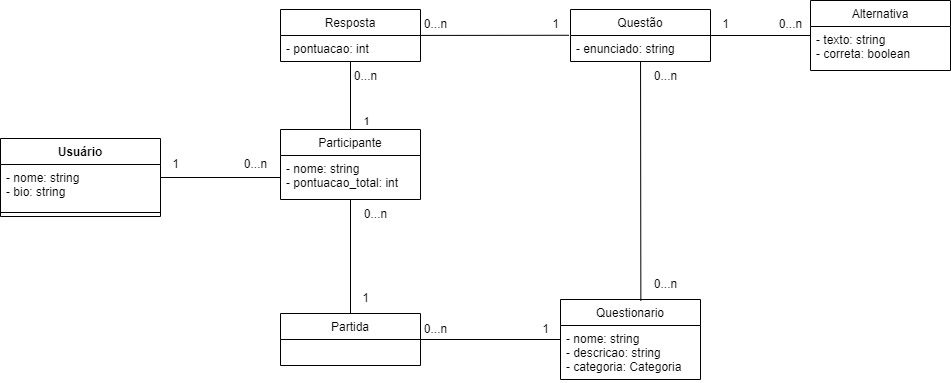
tads-cnat/desafia keeps this draw.io diagram as doc/dominio.drawio.png. Above is the earlier version. Source tidied: cells renumbered, new cells last; positions are measured from the earlier drawing's top-left corner, leaving out a move shared by most shapes. The source it was exported from:
```xml
<mxGraphModel background="#ffffff">
  <root>
    <mxCell id="0" />
    <mxCell id="1" parent="0" />
    <mxCell id="2" style="edgeStyle=none;html=1;endArrow=none;endFill=0;rounded=0;" parent="1" edge="1" source="5" target="13">
      <mxGeometry relative="1" as="geometry" />
    </mxCell>
    <mxCell id="3" value="1" style="edgeLabel;html=1;align=center;verticalAlign=middle;rounded=0;" parent="2" vertex="1">
      <mxGeometry x="-0.74" y="-1" relative="1" as="geometry">
        <mxPoint x="14" as="offset" />
      </mxGeometry>
    </mxCell>
    <mxCell id="4" style="edgeStyle=none;html=1;entryX=0.5;entryY=0;entryDx=0;entryDy=0;endArrow=none;endFill=0;rounded=0;" parent="1" edge="1" source="5" target="10">
      <mxGeometry relative="1" as="geometry" />
    </mxCell>
    <mxCell id="5" value="Participante" style="swimlane;fontStyle=0;horizontal=1;startSize=26;fillColor=none;rounded=0;" parent="1" vertex="1">
      <mxGeometry x="280" y="129" width="140" height="70" as="geometry" />
    </mxCell>
    <mxCell id="6" value="- nome: string&#10;- pontuacao_total: int" style="text;strokeColor=none;fillColor=none;align=left;verticalAlign=top;spacingLeft=4;spacingRight=4;overflow=hidden;points=[[0,0.5],[1,0.5]];portConstraint=eastwest;rounded=0;" parent="5" vertex="1">
      <mxGeometry y="26" width="140" height="44" as="geometry" />
    </mxCell>
    <mxCell id="7" style="html=1;endArrow=none;endFill=0;rounded=0;" parent="1" edge="1" source="8" target="18">
      <mxGeometry relative="1" as="geometry" />
    </mxCell>
    <mxCell id="8" value="Alternativa" style="swimlane;fontStyle=0;horizontal=1;startSize=26;fillColor=none;rounded=0;" parent="1" vertex="1">
      <mxGeometry x="810" width="140" height="70" as="geometry" />
    </mxCell>
    <mxCell id="9" value="- texto: string&#10;- correta: boolean&#10;" style="text;strokeColor=none;fillColor=none;align=left;verticalAlign=top;spacingLeft=4;spacingRight=4;overflow=hidden;rounded=0;" parent="8" vertex="1">
      <mxGeometry y="26" width="140" height="44" as="geometry" />
    </mxCell>
    <mxCell id="10" value="Partida" style="swimlane;fontStyle=0;horizontal=1;startSize=26;fillColor=none;rounded=0;" parent="1" vertex="1">
      <mxGeometry x="280" y="313" width="140" height="52" as="geometry" />
    </mxCell>
    <mxCell id="11" style="edgeStyle=none;html=1;entryX=-0.01;entryY=-0.009;entryDx=0;entryDy=0;entryPerimeter=0;endArrow=none;endFill=0;rounded=0;" parent="1" edge="1" source="12" target="19">
      <mxGeometry relative="1" as="geometry" />
    </mxCell>
    <mxCell id="12" value="Resposta" style="swimlane;fontStyle=0;horizontal=1;startSize=26;fillColor=none;rounded=0;" parent="1" vertex="1">
      <mxGeometry x="280" y="9" width="140" height="52" as="geometry" />
    </mxCell>
    <mxCell id="13" value="- pontuacao: int" style="text;strokeColor=none;fillColor=none;align=left;verticalAlign=top;spacingLeft=4;spacingRight=4;overflow=hidden;points=[[0,0.5],[1,0.5]];portConstraint=eastwest;rounded=0;" parent="12" vertex="1">
      <mxGeometry y="26" width="140" height="26" as="geometry" />
    </mxCell>
    <mxCell id="14" style="edgeStyle=none;html=1;entryX=1;entryY=0.5;entryDx=0;entryDy=0;endArrow=none;endFill=0;rounded=0;" parent="1" edge="1" source="15" target="10">
      <mxGeometry relative="1" as="geometry" />
    </mxCell>
    <mxCell id="15" value="Questionario" style="swimlane;fontStyle=0;horizontal=1;startSize=26;fillColor=none;rounded=0;" parent="1" vertex="1">
      <mxGeometry x="560" y="299" width="140" height="80" as="geometry" />
    </mxCell>
    <mxCell id="16" value="- nome: string&#10;- descricao: string&#10;- categoria: Categoria&#10;" style="text;strokeColor=none;fillColor=none;align=left;verticalAlign=top;spacingLeft=4;spacingRight=4;overflow=hidden;rounded=0;" parent="15" vertex="1">
      <mxGeometry y="26" width="140" height="54" as="geometry" />
    </mxCell>
    <mxCell id="17" style="edgeStyle=none;html=1;entryX=0.574;entryY=0.016;entryDx=0;entryDy=0;entryPerimeter=0;endArrow=none;endFill=0;rounded=0;" parent="1" edge="1" source="18" target="15">
      <mxGeometry relative="1" as="geometry" />
    </mxCell>
    <mxCell id="18" value="Questão" style="swimlane;fontStyle=0;horizontal=1;startSize=26;fillColor=none;rounded=0;" parent="1" vertex="1">
      <mxGeometry x="570" y="9" width="140" height="52" as="geometry" />
    </mxCell>
    <mxCell id="19" value="- enunciado: string" style="text;strokeColor=none;fillColor=none;align=left;verticalAlign=top;spacingLeft=4;spacingRight=4;overflow=hidden;points=[[0,0.5],[1,0.5]];portConstraint=eastwest;rounded=0;" parent="18" vertex="1">
      <mxGeometry y="26" width="140" height="26" as="geometry" />
    </mxCell>
    <mxCell id="20" style="edgeStyle=none;html=1;endArrow=none;endFill=0;rounded=0;" parent="1" edge="1" source="21" target="6">
      <mxGeometry relative="1" as="geometry" />
    </mxCell>
    <mxCell id="21" value="Usuário" style="swimlane;fontStyle=1;align=center;verticalAlign=top;horizontal=1;startSize=26;rounded=0;" parent="1" vertex="1">
      <mxGeometry y="138" width="160" height="78" as="geometry" />
    </mxCell>
    <mxCell id="22" value="- nome: string&#10;- bio: string" style="text;strokeColor=none;fillColor=none;align=left;verticalAlign=top;spacingLeft=4;spacingRight=4;overflow=hidden;rounded=0;" parent="21" vertex="1">
      <mxGeometry y="26" width="160" height="44" as="geometry" />
    </mxCell>
    <mxCell id="23" style="line;strokeWidth=1;fillColor=none;align=left;verticalAlign=middle;spacingTop=-1;spacingLeft=3;spacingRight=3;labelPosition=right;strokeColor=inherit;rounded=0;" parent="21" vertex="1">
      <mxGeometry y="70" width="160" height="8" as="geometry" />
    </mxCell>
    <mxCell id="24" value="0...n" style="text;html=1;align=center;verticalAlign=middle;strokeColor=none;fillColor=none;rounded=0;" parent="1" vertex="1">
      <mxGeometry x="340" y="61" width="50" height="30" as="geometry" />
    </mxCell>
    <mxCell id="25" value="0...n" style="text;html=1;align=center;verticalAlign=middle;strokeColor=none;fillColor=none;rounded=0;" parent="1" vertex="1">
      <mxGeometry x="410" y="9" width="50" height="30" as="geometry" />
    </mxCell>
    <mxCell id="26" value="1" style="text;html=1;align=center;verticalAlign=middle;strokeColor=none;fillColor=none;rounded=0;" parent="1" vertex="1">
      <mxGeometry x="540" y="9" width="30" height="30" as="geometry" />
    </mxCell>
    <mxCell id="27" value="0...n" style="text;html=1;align=center;verticalAlign=middle;strokeColor=none;fillColor=none;rounded=0;" parent="1" vertex="1">
      <mxGeometry x="765" y="9" width="50" height="30" as="geometry" />
    </mxCell>
    <mxCell id="28" value="1" style="text;html=1;align=center;verticalAlign=middle;strokeColor=none;fillColor=none;rounded=0;" parent="1" vertex="1">
      <mxGeometry x="710" y="9" width="30" height="30" as="geometry" />
    </mxCell>
    <mxCell id="29" value="0...n" style="text;html=1;align=center;verticalAlign=middle;strokeColor=none;fillColor=none;rounded=0;" parent="1" vertex="1">
      <mxGeometry x="640" y="269" width="50" height="30" as="geometry" />
    </mxCell>
    <mxCell id="30" value="0...n" style="text;html=1;align=center;verticalAlign=middle;strokeColor=none;fillColor=none;rounded=0;" parent="1" vertex="1">
      <mxGeometry x="640" y="61" width="50" height="30" as="geometry" />
    </mxCell>
    <mxCell id="31" value="0...n" style="text;html=1;align=center;verticalAlign=middle;strokeColor=none;fillColor=none;rounded=0;" parent="1" vertex="1">
      <mxGeometry x="350" y="199" width="50" height="30" as="geometry" />
    </mxCell>
    <mxCell id="32" value="1" style="text;html=1;align=center;verticalAlign=middle;strokeColor=none;fillColor=none;rounded=0;" parent="1" vertex="1">
      <mxGeometry x="350" y="283" width="30" height="30" as="geometry" />
    </mxCell>
    <mxCell id="33" value="0...n" style="text;html=1;align=center;verticalAlign=middle;strokeColor=none;fillColor=none;rounded=0;" parent="1" vertex="1">
      <mxGeometry x="230" y="149" width="50" height="30" as="geometry" />
    </mxCell>
    <mxCell id="34" value="1" style="text;html=1;align=center;verticalAlign=middle;strokeColor=none;fillColor=none;rounded=0;" parent="1" vertex="1">
      <mxGeometry x="160" y="149" width="30" height="30" as="geometry" />
    </mxCell>
    <mxCell id="35" value="1" style="text;html=1;align=center;verticalAlign=middle;strokeColor=none;fillColor=none;rounded=0;" parent="1" vertex="1">
      <mxGeometry x="530" y="314" width="30" height="30" as="geometry" />
    </mxCell>
    <mxCell id="36" value="0...n" style="text;html=1;align=center;verticalAlign=middle;strokeColor=none;fillColor=none;rounded=0;" parent="1" vertex="1">
      <mxGeometry x="410" y="314" width="50" height="30" as="geometry" />
    </mxCell>
  </root>
</mxGraphModel>
```
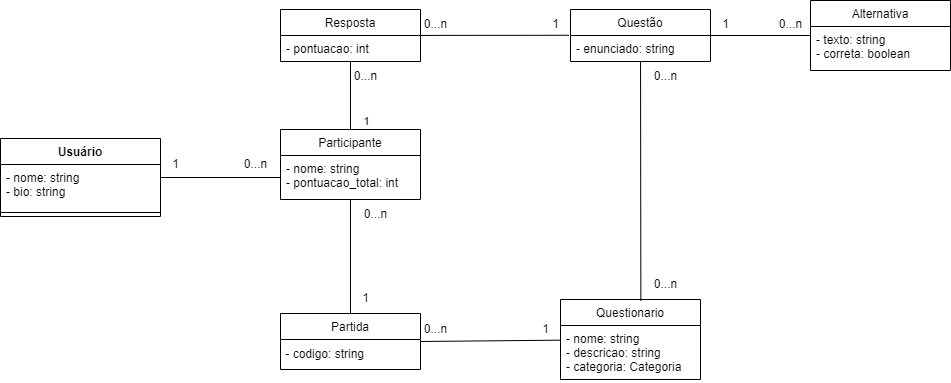
After the commit.

The edit, as a diff of the source:
```diff
@@ -29,8 +29,11 @@
       <mxGeometry y="26" width="140" height="44" as="geometry" />
     </mxCell>
     <mxCell id="10" value="Partida" style="swimlane;fontStyle=0;horizontal=1;startSize=26;fillColor=none;rounded=0;" parent="1" vertex="1">
-      <mxGeometry x="280" y="313" width="140" height="52" as="geometry" />
+      <mxGeometry x="280" y="313" width="140" height="56" as="geometry" />
     </mxCell>
+    <mxCell id="37" value="&amp;nbsp;- codigo: string" style="text;html=1;align=left;verticalAlign=middle;strokeColor=none;fillColor=none;" parent="10" vertex="1">
+      <mxGeometry y="26" width="140" height="30" as="geometry" />
+    </mxCell>
     <mxCell id="11" style="edgeStyle=none;html=1;entryX=-0.01;entryY=-0.009;entryDx=0;entryDy=0;entryPerimeter=0;endArrow=none;endFill=0;rounded=0;" parent="1" edge="1" source="12" target="19">
       <mxGeometry relative="1" as="geometry" />
     </mxCell>
```
